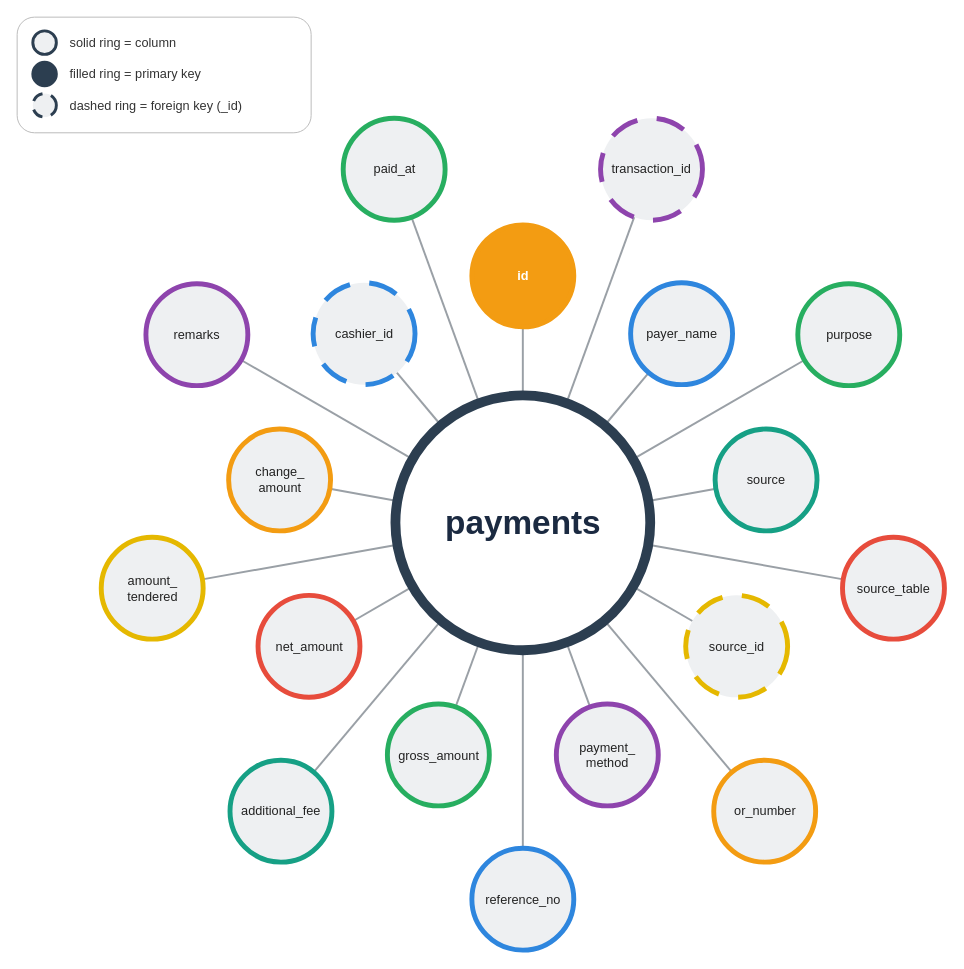
Before: page "payments" (9 of 39) of Docs/CROMS_Data_Entry_Table_Diagrams.drawio in ivanpalogan/CROMS08082026, a draw.io diagram. Source tidied: cells renumbered, new cells numbered last; positions are measured from the earlier drawing's top-left corner, leaving out a move shared by most shapes. Both pictures are drawn from the tidied source at 98%, with x=0, y=0 at pixel (17, 17).
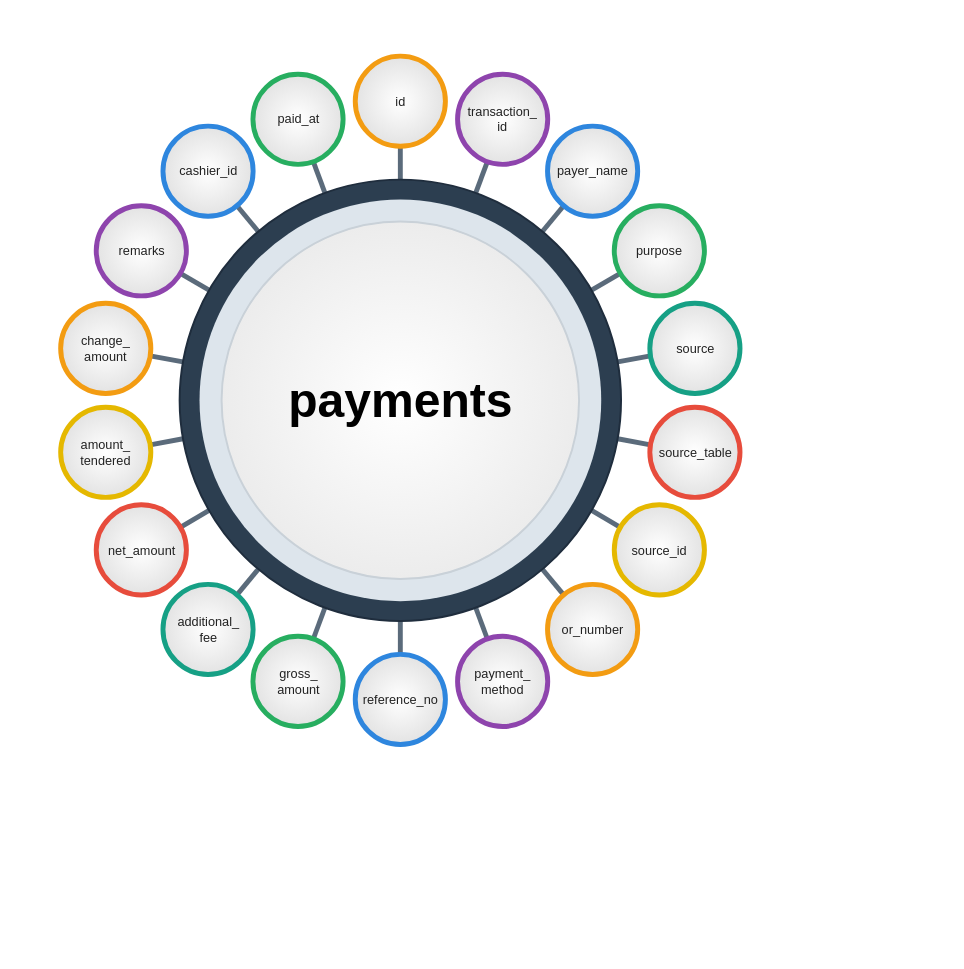
The same page after the edit.

Commit message (it also covers changes not shown here):
docs: bubble diagrams in the plain reference look (table name + column names only)

What changed in the source:
```diff
@@
-    <mxCell id="2" style="endArrow=none;startArrow=none;html=1;strokeColor=#9AA0A6;strokeWidth=2;" parent="1" edge="1" source="21" target="20">
+    <mxCell id="2" style="endArrow=none;startArrow=none;html=1;strokeColor=#5B6B7B;strokeWidth=5;" parent="1" edge="1" source="21" target="20">
       <mxGeometry relative="1" as="geometry" />
     </mxCell>
-    <mxCell id="3" style="endArrow=none;startArrow=none;html=1;strokeColor=#9AA0A6;strokeWidth=2;" parent="1" edge="1" source="22" target="20">
+    <mxCell id="3" style="endArrow=none;startArrow=none;html=1;strokeColor=#5B6B7B;strokeWidth=5;" parent="1" edge="1" source="22" target="20">
       <mxGeometry relative="1" as="geometry" />
     </mxCell>
-    <mxCell id="4" style="endArrow=none;startArrow=none;html=1;strokeColor=#9AA0A6;strokeWidth=2;" parent="1" edge="1" source="23" target="20">
+    <mxCell id="4" style="endArrow=none;startArrow=none;html=1;strokeColor=#5B6B7B;strokeWidth=5;" parent="1" edge="1" source="23" target="20">
       <mxGeometry relative="1" as="geometry" />
     </mxCell>
-    <mxCell id="5" style="endArrow=none;startArrow=none;html=1;strokeColor=#9AA0A6;strokeWidth=2;" parent="1" edge="1" source="24" target="20">
+    <mxCell id="5" style="endArrow=none;startArrow=none;html=1;strokeColor=#5B6B7B;strokeWidth=5;" parent="1" edge="1" source="24" target="20">
       <mxGeometry relative="1" as="geometry" />
     </mxCell>
-    <mxCell id="6" style="endArrow=none;startArrow=none;html=1;strokeColor=#9AA0A6;strokeWidth=2;" parent="1" edge="1" source="25" target="20">
+    <mxCell id="6" style="endArrow=none;startArrow=none;html=1;strokeColor=#5B6B7B;strokeWidth=5;" parent="1" edge="1" source="25" target="20">
       <mxGeometry relative="1" as="geometry" />
     </mxCell>
-    <mxCell id="7" style="endArrow=none;startArrow=none;html=1;strokeColor=#9AA0A6;strokeWidth=2;" parent="1" edge="1" source="26" target="20">
+    <mxCell id="7" style="endArrow=none;startArrow=none;html=1;strokeColor=#5B6B7B;strokeWidth=5;" parent="1" edge="1" source="26" target="20">
       <mxGeometry relative="1" as="geometry" />
     </mxCell>
-    <mxCell id="8" style="endArrow=none;startArrow=none;html=1;strokeColor=#9AA0A6;strokeWidth=2;" parent="1" edge="1" source="27" target="20">
+    <mxCell id="8" style="endArrow=none;startArrow=none;html=1;strokeColor=#5B6B7B;strokeWidth=5;" parent="1" edge="1" source="27" target="20">
       <mxGeometry relative="1" as="geometry" />
     </mxCell>
-    <mxCell id="9" style="endArrow=none;startArrow=none;html=1;strokeColor=#9AA0A6;strokeWidth=2;" parent="1" edge="1" source="28" target="20">
+    <mxCell id="9" style="endArrow=none;startArrow=none;html=1;strokeColor=#5B6B7B;strokeWidth=5;" parent="1" edge="1" source="28" target="20">
       <mxGeometry relative="1" as="geometry" />
     </mxCell>
-    <mxCell id="10" style="endArrow=none;startArrow=none;html=1;strokeColor=#9AA0A6;strokeWidth=2;" parent="1" edge="1" source="29" target="20">
+    <mxCell id="10" style="endArrow=none;startArrow=none;html=1;strokeColor=#5B6B7B;strokeWidth=5;" parent="1" edge="1" source="29" target="20">
       <mxGeometry relative="1" as="geometry" />
     </mxCell>
-    <mxCell id="11" style="endArrow=none;startArrow=none;html=1;strokeColor=#9AA0A6;strokeWidth=2;" parent="1" edge="1" source="30" target="20">
+    <mxCell id="11" style="endArrow=none;startArrow=none;html=1;strokeColor=#5B6B7B;strokeWidth=5;" parent="1" edge="1" source="30" target="20">
       <mxGeometry relative="1" as="geometry" />
     </mxCell>
-    <mxCell id="12" style="endArrow=none;startArrow=none;html=1;strokeColor=#9AA0A6;strokeWidth=2;" parent="1" edge="1" source="31" target="20">
+    <mxCell id="12" style="endArrow=none;startArrow=none;html=1;strokeColor=#5B6B7B;strokeWidth=5;" parent="1" edge="1" source="31" target="20">
       <mxGeometry relative="1" as="geometry" />
     </mxCell>
-    <mxCell id="13" style="endArrow=none;startArrow=none;html=1;strokeColor=#9AA0A6;strokeWidth=2;" parent="1" edge="1" source="32" target="20">
+    <mxCell id="13" style="endArrow=none;startArrow=none;html=1;strokeColor=#5B6B7B;strokeWidth=5;" parent="1" edge="1" source="32" target="20">
       <mxGeometry relative="1" as="geometry" />
     </mxCell>
-    <mxCell id="14" style="endArrow=none;startArrow=none;html=1;strokeColor=#9AA0A6;strokeWidth=2;" parent="1" edge="1" source="33" target="20">
+    <mxCell id="14" style="endArrow=none;startArrow=none;html=1;strokeColor=#5B6B7B;strokeWidth=5;" parent="1" edge="1" source="33" target="20">
       <mxGeometry relative="1" as="geometry" />
     </mxCell>
-    <mxCell id="15" style="endArrow=none;startArrow=none;html=1;strokeColor=#9AA0A6;strokeWidth=2;" parent="1" edge="1" source="34" target="20">
+    <mxCell id="15" style="endArrow=none;startArrow=none;html=1;strokeColor=#5B6B7B;strokeWidth=5;" parent="1" edge="1" source="34" target="20">
       <mxGeometry relative="1" as="geometry" />
     </mxCell>
-    <mxCell id="16" style="endArrow=none;startArrow=none;html=1;strokeColor=#9AA0A6;strokeWidth=2;" parent="1" edge="1" source="35" target="20">
+    <mxCell id="16" style="endArrow=none;startArrow=none;html=1;strokeColor=#5B6B7B;strokeWidth=5;" parent="1" edge="1" source="35" target="20">
       <mxGeometry relative="1" as="geometry" />
     </mxCell>
-    <mxCell id="17" style="endArrow=none;startArrow=none;html=1;strokeColor=#9AA0A6;strokeWidth=2;" parent="1" edge="1" source="36" target="20">
+    <mxCell id="17" style="endArrow=none;startArrow=none;html=1;strokeColor=#5B6B7B;strokeWidth=5;" parent="1" edge="1" source="36" target="20">
       <mxGeometry relative="1" as="geometry" />
     </mxCell>
-    <mxCell id="18" style="endArrow=none;startArrow=none;html=1;strokeColor=#9AA0A6;strokeWidth=2;" parent="1" edge="1" source="37" target="20">
+    <mxCell id="18" style="endArrow=none;startArrow=none;html=1;strokeColor=#5B6B7B;strokeWidth=5;" parent="1" edge="1" source="37" target="20">
       <mxGeometry relative="1" as="geometry" />
     </mxCell>
-    <mxCell id="19" style="endArrow=none;startArrow=none;html=1;strokeColor=#9AA0A6;strokeWidth=2;" parent="1" edge="1" source="38" target="20">
+    <mxCell id="19" style="endArrow=none;startArrow=none;html=1;strokeColor=#5B6B7B;strokeWidth=5;" parent="1" edge="1" source="38" target="20">
       <mxGeometry relative="1" as="geometry" />
     </mxCell>
-    <mxCell id="20" value="payments" style="ellipse;whiteSpace=nowrap;html=1;fontFamily=Arial;fontSize=34;fontStyle=1;fontColor=#1B2A41;fillColor=#FFFFFF;strokeColor=#2C3E50;strokeWidth=10;align=center;verticalAlign=middle;" parent="1" vertex="1">
-      <mxGeometry x="386" y="386" width="260" height="260" as="geometry" />
+    <mxCell id="20" style="ellipse;whiteSpace=nowrap;html=1;fillColor=#2C3E50;strokeColor=#1F2D3D;strokeWidth=2;" parent="1" vertex="1">
+      <mxGeometry x="165.8" y="165.8" width="450.4" height="450.4" as="geometry" />
     </mxCell>
+    <mxCell id="46" style="ellipse;whiteSpace=nowrap;html=1;fillColor=#DDE5EC;strokeColor=none;" parent="1" vertex="1">
+      <mxGeometry x="186.1" y="186.1" width="409.9" height="409.9" as="geometry" />
+    </mxCell>
+    <mxCell id="47" value="payments" style="ellipse;whiteSpace=nowrap;html=1;fontFamily=Arial;fontSize=49;fontStyle=1;fontColor=#000000;fillColor=#FFFFFF;gradientColor=#ECECEC;gradientDirection=radial;strokeColor=#C9D1D8;strokeWidth=2;align=center;verticalAlign=middle;" parent="1" vertex="1">
+      <mxGeometry x="208.6" y="208.6" width="364.8" height="364.8" as="geometry" />
+    </mxCell>
-    <mxCell id="21" value="id" style="ellipse;whiteSpace=nowrap;html=1;fontFamily=Arial;fontSize=13;align=center;verticalAlign=middle;spacing=0;strokeWidth=5;fillColor=#F39C12;strokeColor=#F39C12;fontColor=#FFFFFF;fontStyle=1;" parent="1" vertex="1">
-      <mxGeometry x="464" y="212" width="104" height="104" as="geometry" />
+    <mxCell id="21" value="id" style="ellipse;whiteSpace=nowrap;html=1;fontFamily=Arial;fontSize=13;align=center;verticalAlign=middle;spacing=0;strokeWidth=5;fontColor=#222222;fillColor=#FFFFFF;gradientColor=#E3E3E3;gradientDirection=radial;strokeColor=#F39C12;" parent="1" vertex="1">
+      <mxGeometry x="345" y="39.8" width="92" height="92" as="geometry" />
     </mxCell>
-    <mxCell id="22" value="transaction_id" style="ellipse;whiteSpace=nowrap;html=1;fontFamily=Arial;fontSize=13;align=center;verticalAlign=middle;spacing=0;strokeWidth=5;fillColor=#EEF0F2;strokeColor=#8E44AD;fontColor=#222222;dashed=1;dashPattern=6 4;" parent="1" vertex="1">
-      <mxGeometry x="595.3" y="103.2" width="104" height="104" as="geometry" />
+    <mxCell id="22" value="transaction_&lt;br&gt;id" style="ellipse;whiteSpace=nowrap;html=1;fontFamily=Arial;fontSize=13;align=center;verticalAlign=middle;spacing=0;strokeWidth=5;fontColor=#222222;fillColor=#FFFFFF;gradientColor=#E3E3E3;gradientDirection=radial;strokeColor=#8E44AD;" parent="1" vertex="1">
+      <mxGeometry x="449.4" y="58.2" width="92" height="92" as="geometry" />
     </mxCell>
-    <mxCell id="23" value="payer_name" style="ellipse;whiteSpace=nowrap;html=1;fontFamily=Arial;fontSize=13;align=center;verticalAlign=middle;spacing=0;strokeWidth=5;fillColor=#EEF0F2;strokeColor=#2E86DE;fontColor=#222222;" parent="1" vertex="1">
-      <mxGeometry x="626" y="271" width="104" height="104" as="geometry" />
+    <mxCell id="23" value="payer_name" style="ellipse;whiteSpace=nowrap;html=1;fontFamily=Arial;fontSize=13;align=center;verticalAlign=middle;spacing=0;strokeWidth=5;fontColor=#222222;fillColor=#FFFFFF;gradientColor=#E3E3E3;gradientDirection=radial;strokeColor=#2E86DE;" parent="1" vertex="1">
+      <mxGeometry x="541.2" y="111.2" width="92" height="92" as="geometry" />
     </mxCell>
-    <mxCell id="24" value="purpose" style="ellipse;whiteSpace=nowrap;html=1;fontFamily=Arial;fontSize=13;align=center;verticalAlign=middle;spacing=0;strokeWidth=5;fillColor=#EEF0F2;strokeColor=#27AE60;fontColor=#222222;" parent="1" vertex="1">
-      <mxGeometry x="796.6" y="272" width="104" height="104" as="geometry" />
+    <mxCell id="24" value="purpose" style="ellipse;whiteSpace=nowrap;html=1;fontFamily=Arial;fontSize=13;align=center;verticalAlign=middle;spacing=0;strokeWidth=5;fontColor=#222222;fillColor=#FFFFFF;gradientColor=#E3E3E3;gradientDirection=radial;strokeColor=#27AE60;" parent="1" vertex="1">
+      <mxGeometry x="609.3" y="192.4" width="92" height="92" as="geometry" />
     </mxCell>
-    <mxCell id="25" value="source" style="ellipse;whiteSpace=nowrap;html=1;fontFamily=Arial;fontSize=13;align=center;verticalAlign=middle;spacing=0;strokeWidth=5;fillColor=#EEF0F2;strokeColor=#16A085;fontColor=#222222;" parent="1" vertex="1">
-      <mxGeometry x="712.2" y="420.2" width="104" height="104" as="geometry" />
+    <mxCell id="25" value="source" style="ellipse;whiteSpace=nowrap;html=1;fontFamily=Arial;fontSize=13;align=center;verticalAlign=middle;spacing=0;strokeWidth=5;fontColor=#222222;fillColor=#FFFFFF;gradientColor=#E3E3E3;gradientDirection=radial;strokeColor=#16A085;" parent="1" vertex="1">
+      <mxGeometry x="645.6" y="292" width="92" height="92" as="geometry" />
     </mxCell>
-    <mxCell id="26" value="source_table" style="ellipse;whiteSpace=nowrap;html=1;fontFamily=Arial;fontSize=13;align=center;verticalAlign=middle;spacing=0;strokeWidth=5;fillColor=#EEF0F2;strokeColor=#E74C3C;fontColor=#222222;" parent="1" vertex="1">
-      <mxGeometry x="842.2" y="530.7" width="104" height="104" as="geometry" />
+    <mxCell id="26" value="source_table" style="ellipse;whiteSpace=nowrap;html=1;fontFamily=Arial;fontSize=13;align=center;verticalAlign=middle;spacing=0;strokeWidth=5;fontColor=#222222;fillColor=#FFFFFF;gradientColor=#E3E3E3;gradientDirection=radial;strokeColor=#E74C3C;" parent="1" vertex="1">
+      <mxGeometry x="645.6" y="398" width="92" height="92" as="geometry" />
     </mxCell>
-    <mxCell id="27" value="source_id" style="ellipse;whiteSpace=nowrap;html=1;fontFamily=Arial;fontSize=13;align=center;verticalAlign=middle;spacing=0;strokeWidth=5;fillColor=#EEF0F2;strokeColor=#E5B800;fontColor=#222222;dashed=1;dashPattern=6 4;" parent="1" vertex="1">
-      <mxGeometry x="682.2" y="590" width="104" height="104" as="geometry" />
+    <mxCell id="27" value="source_id" style="ellipse;whiteSpace=nowrap;html=1;fontFamily=Arial;fontSize=13;align=center;verticalAlign=middle;spacing=0;strokeWidth=5;fontColor=#222222;fillColor=#FFFFFF;gradientColor=#E3E3E3;gradientDirection=radial;strokeColor=#E5B800;" parent="1" vertex="1">
+      <mxGeometry x="609.3" y="497.6" width="92" height="92" as="geometry" />
     </mxCell>
-    <mxCell id="28" value="or_number" style="ellipse;whiteSpace=nowrap;html=1;fontFamily=Arial;fontSize=13;align=center;verticalAlign=middle;spacing=0;strokeWidth=5;fillColor=#EEF0F2;strokeColor=#F39C12;fontColor=#222222;" parent="1" vertex="1">
-      <mxGeometry x="710.8" y="758.2" width="104" height="104" as="geometry" />
+    <mxCell id="28" value="or_number" style="ellipse;whiteSpace=nowrap;html=1;fontFamily=Arial;fontSize=13;align=center;verticalAlign=middle;spacing=0;strokeWidth=5;fontColor=#222222;fillColor=#FFFFFF;gradientColor=#E3E3E3;gradientDirection=radial;strokeColor=#F39C12;" parent="1" vertex="1">
+      <mxGeometry x="541.2" y="578.8" width="92" height="92" as="geometry" />
     </mxCell>
-    <mxCell id="29" value="payment_&lt;br&gt;method" style="ellipse;whiteSpace=nowrap;html=1;fontFamily=Arial;fontSize=13;align=center;verticalAlign=middle;spacing=0;strokeWidth=5;fillColor=#EEF0F2;strokeColor=#8E44AD;fontColor=#222222;" parent="1" vertex="1">
-      <mxGeometry x="550.2" y="700.8" width="104" height="104" as="geometry" />
+    <mxCell id="29" value="payment_&lt;br&gt;method" style="ellipse;whiteSpace=nowrap;html=1;fontFamily=Arial;fontSize=13;align=center;verticalAlign=middle;spacing=0;strokeWidth=5;fontColor=#222222;fillColor=#FFFFFF;gradientColor=#E3E3E3;gradientDirection=radial;strokeColor=#8E44AD;" parent="1" vertex="1">
+      <mxGeometry x="449.4" y="631.8" width="92" height="92" as="geometry" />
     </mxCell>
-    <mxCell id="30" value="reference_no" style="ellipse;whiteSpace=nowrap;html=1;fontFamily=Arial;fontSize=13;align=center;verticalAlign=middle;spacing=0;strokeWidth=5;fillColor=#EEF0F2;strokeColor=#2E86DE;fontColor=#222222;" parent="1" vertex="1">
-      <mxGeometry x="464" y="848" width="104" height="104" as="geometry" />
+    <mxCell id="30" value="reference_no" style="ellipse;whiteSpace=nowrap;html=1;fontFamily=Arial;fontSize=13;align=center;verticalAlign=middle;spacing=0;strokeWidth=5;fontColor=#222222;fillColor=#FFFFFF;gradientColor=#E3E3E3;gradientDirection=radial;strokeColor=#2E86DE;" parent="1" vertex="1">
+      <mxGeometry x="345" y="650.2" width="92" height="92" as="geometry" />
     </mxCell>
-    <mxCell id="31" value="gross_amount" style="ellipse;whiteSpace=nowrap;html=1;fontFamily=Arial;fontSize=13;align=center;verticalAlign=middle;spacing=0;strokeWidth=5;fillColor=#EEF0F2;strokeColor=#27AE60;fontColor=#222222;" parent="1" vertex="1">
-      <mxGeometry x="377.8" y="700.8" width="104" height="104" as="geometry" />
+    <mxCell id="31" value="gross_&lt;br&gt;amount" style="ellipse;whiteSpace=nowrap;html=1;fontFamily=Arial;fontSize=13;align=center;verticalAlign=middle;spacing=0;strokeWidth=5;fontColor=#222222;fillColor=#FFFFFF;gradientColor=#E3E3E3;gradientDirection=radial;strokeColor=#27AE60;" parent="1" vertex="1">
+      <mxGeometry x="240.6" y="631.8" width="92" height="92" as="geometry" />
     </mxCell>
-    <mxCell id="32" value="additional_fee" style="ellipse;whiteSpace=nowrap;html=1;fontFamily=Arial;fontSize=13;align=center;verticalAlign=middle;spacing=0;strokeWidth=5;fillColor=#EEF0F2;strokeColor=#16A085;fontColor=#222222;" parent="1" vertex="1">
-      <mxGeometry x="217.2" y="758.2" width="104" height="104" as="geometry" />
+    <mxCell id="32" value="additional_&lt;br&gt;fee" style="ellipse;whiteSpace=nowrap;html=1;fontFamily=Arial;fontSize=13;align=center;verticalAlign=middle;spacing=0;strokeWidth=5;fontColor=#222222;fillColor=#FFFFFF;gradientColor=#E3E3E3;gradientDirection=radial;strokeColor=#16A085;" parent="1" vertex="1">
+      <mxGeometry x="148.8" y="578.8" width="92" height="92" as="geometry" />
     </mxCell>
-    <mxCell id="33" value="net_amount" style="ellipse;whiteSpace=nowrap;html=1;fontFamily=Arial;fontSize=13;align=center;verticalAlign=middle;spacing=0;strokeWidth=5;fillColor=#EEF0F2;strokeColor=#E74C3C;fontColor=#222222;" parent="1" vertex="1">
-      <mxGeometry x="245.8" y="590" width="104" height="104" as="geometry" />
+    <mxCell id="33" value="net_amount" style="ellipse;whiteSpace=nowrap;html=1;fontFamily=Arial;fontSize=13;align=center;verticalAlign=middle;spacing=0;strokeWidth=5;fontColor=#222222;fillColor=#FFFFFF;gradientColor=#E3E3E3;gradientDirection=radial;strokeColor=#E74C3C;" parent="1" vertex="1">
+      <mxGeometry x="80.7" y="497.6" width="92" height="92" as="geometry" />
     </mxCell>
-    <mxCell id="34" value="amount_&lt;br&gt;tendered" style="ellipse;whiteSpace=nowrap;html=1;fontFamily=Arial;fontSize=13;align=center;verticalAlign=middle;spacing=0;strokeWidth=5;fillColor=#EEF0F2;strokeColor=#E5B800;fontColor=#222222;" parent="1" vertex="1">
-      <mxGeometry x="85.8" y="530.7" width="104" height="104" as="geometry" />
+    <mxCell id="34" value="amount_&lt;br&gt;tendered" style="ellipse;whiteSpace=nowrap;html=1;fontFamily=Arial;fontSize=13;align=center;verticalAlign=middle;spacing=0;strokeWidth=5;fontColor=#222222;fillColor=#FFFFFF;gradientColor=#E3E3E3;gradientDirection=radial;strokeColor=#E5B800;" parent="1" vertex="1">
+      <mxGeometry x="44.4" y="398" width="92" height="92" as="geometry" />
     </mxCell>
-    <mxCell id="35" value="change_&lt;br&gt;amount" style="ellipse;whiteSpace=nowrap;html=1;fontFamily=Arial;fontSize=13;align=center;verticalAlign=middle;spacing=0;strokeWidth=5;fillColor=#EEF0F2;strokeColor=#F39C12;fontColor=#222222;" parent="1" vertex="1">
-      <mxGeometry x="215.8" y="420.2" width="104" height="104" as="geometry" />
+    <mxCell id="35" value="change_&lt;br&gt;amount" style="ellipse;whiteSpace=nowrap;html=1;fontFamily=Arial;fontSize=13;align=center;verticalAlign=middle;spacing=0;strokeWidth=5;fontColor=#222222;fillColor=#FFFFFF;gradientColor=#E3E3E3;gradientDirection=radial;strokeColor=#F39C12;" parent="1" vertex="1">
+      <mxGeometry x="44.4" y="292" width="92" height="92" as="geometry" />
     </mxCell>
-    <mxCell id="36" value="remarks" style="ellipse;whiteSpace=nowrap;html=1;fontFamily=Arial;fontSize=13;align=center;verticalAlign=middle;spacing=0;strokeWidth=5;fillColor=#EEF0F2;strokeColor=#8E44AD;fontColor=#222222;" parent="1" vertex="1">
-      <mxGeometry x="131.4" y="272" width="104" height="104" as="geometry" />
+    <mxCell id="36" value="remarks" style="ellipse;whiteSpace=nowrap;html=1;fontFamily=Arial;fontSize=13;align=center;verticalAlign=middle;spacing=0;strokeWidth=5;fontColor=#222222;fillColor=#FFFFFF;gradientColor=#E3E3E3;gradientDirection=radial;strokeColor=#8E44AD;" parent="1" vertex="1">
+      <mxGeometry x="80.7" y="192.4" width="92" height="92" as="geometry" />
     </mxCell>
-    <mxCell id="37" value="cashier_id" style="ellipse;whiteSpace=nowrap;html=1;fontFamily=Arial;fontSize=13;align=center;verticalAlign=middle;spacing=0;strokeWidth=5;fillColor=#EEF0F2;strokeColor=#2E86DE;fontColor=#222222;dashed=1;dashPattern=6 4;" parent="1" vertex="1">
-      <mxGeometry x="302" y="271" width="104" height="104" as="geometry" />
+    <mxCell id="37" value="cashier_id" style="ellipse;whiteSpace=nowrap;html=1;fontFamily=Arial;fontSize=13;align=center;verticalAlign=middle;spacing=0;strokeWidth=5;fontColor=#222222;fillColor=#FFFFFF;gradientColor=#E3E3E3;gradientDirection=radial;strokeColor=#2E86DE;" parent="1" vertex="1">
+      <mxGeometry x="148.8" y="111.2" width="92" height="92" as="geometry" />
     </mxCell>
-    <mxCell id="38" value="paid_at" style="ellipse;whiteSpace=nowrap;html=1;fontFamily=Arial;fontSize=13;align=center;verticalAlign=middle;spacing=0;strokeWidth=5;fillColor=#EEF0F2;strokeColor=#27AE60;fontColor=#222222;" parent="1" vertex="1">
-      <mxGeometry x="332.7" y="103.2" width="104" height="104" as="geometry" />
+    <mxCell id="38" value="paid_at" style="ellipse;whiteSpace=nowrap;html=1;fontFamily=Arial;fontSize=13;align=center;verticalAlign=middle;spacing=0;strokeWidth=5;fontColor=#222222;fillColor=#FFFFFF;gradientColor=#E3E3E3;gradientDirection=radial;strokeColor=#27AE60;" parent="1" vertex="1">
+      <mxGeometry x="240.6" y="58.2" width="92" height="92" as="geometry" />
     </mxCell>
-    <mxCell id="39" style="rounded=1;whiteSpace=wrap;html=1;fillColor=#FFFFFF;strokeColor=#BBBBBB;" parent="1" vertex="1">
-      <mxGeometry width="300" height="118" as="geometry" />
-    </mxCell>
-    <mxCell id="40" style="ellipse;html=1;strokeWidth=3;strokeColor=#2C3E50;fillColor=#EEF0F2;" parent="1" vertex="1">
-      <mxGeometry x="16" y="14" width="24" height="24" as="geometry" />
-    </mxCell>
-    <mxCell id="41" value="solid ring = column" style="text;html=1;align=left;verticalAlign=middle;fontFamily=Arial;fontSize=13;fontColor=#333333;" parent="1" vertex="1">
-      <mxGeometry x="52" y="14" width="236" height="24" as="geometry" />
-    </mxCell>
-    <mxCell id="42" style="ellipse;html=1;strokeWidth=3;strokeColor=#2C3E50;fillColor=#2C3E50;" parent="1" vertex="1">
-      <mxGeometry x="16" y="46" width="24" height="24" as="geometry" />
-    </mxCell>
-    <mxCell id="43" value="filled ring = primary key" style="text;html=1;align=left;verticalAlign=middle;fontFamily=Arial;fontSize=13;fontColor=#333333;" parent="1" vertex="1">
-      <mxGeometry x="52" y="46" width="236" height="24" as="geometry" />
-    </mxCell>
-    <mxCell id="44" style="ellipse;html=1;strokeWidth=3;strokeColor=#2C3E50;fillColor=#EEF0F2;dashed=1;dashPattern=4 3;" parent="1" vertex="1">
-      <mxGeometry x="16" y="78" width="24" height="24" as="geometry" />
-    </mxCell>
-    <mxCell id="45" value="dashed ring = foreign key (_id)" style="text;html=1;align=left;verticalAlign=middle;fontFamily=Arial;fontSize=13;fontColor=#333333;" parent="1" vertex="1">
-      <mxGeometry x="52" y="78" width="236" height="24" as="geometry" />
-    </mxCell>
```
